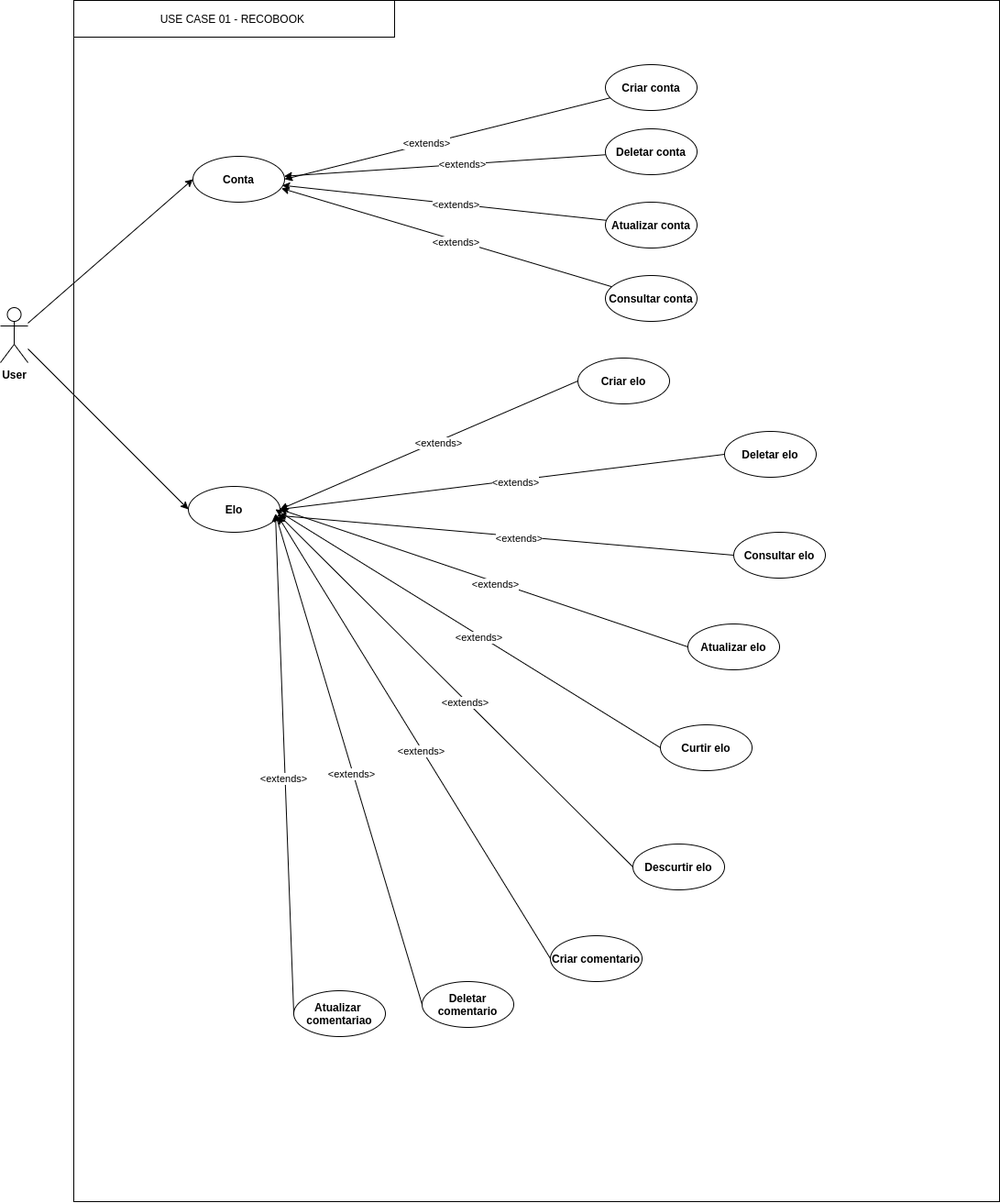
Above: images/usecases.png in jadson179/recobook (draw.io), before the change. Source tidied: cells renumbered, new cells last; positions are measured from the earlier drawing's top-left corner, leaving out a move shared by most shapes.
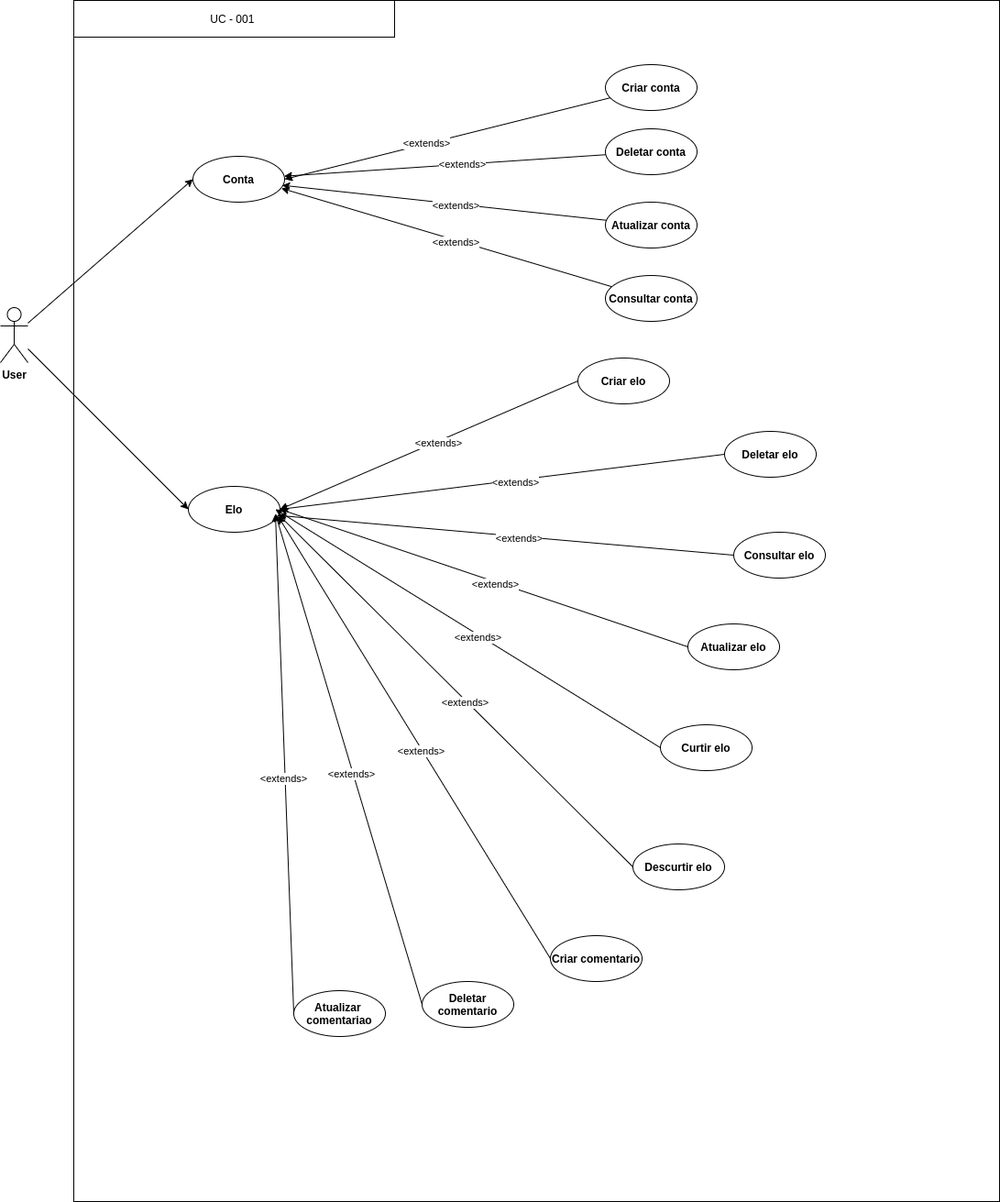
The same file after the commit.

Commit message:
docs: Atualizado diagrama de caso de uso

What changed in the source:
```diff
@@ -77,7 +77,7 @@
     <mxCell id="26" value="&lt;b&gt;Atualizar&amp;nbsp; comentariao&lt;/b&gt;" style="ellipse;whiteSpace=wrap;html=1;" parent="1" vertex="1">
       <mxGeometry x="320" y="1080" width="100" height="50" as="geometry" />
     </mxCell>
-    <mxCell id="27" value="USE CASE 01 - RECOBOOK&amp;nbsp;" style="rounded=0;whiteSpace=wrap;html=1;" parent="1" vertex="1">
+    <mxCell id="27" value="UC - 001&amp;nbsp;" style="rounded=0;whiteSpace=wrap;html=1;" parent="1" vertex="1">
       <mxGeometry x="80" width="350" height="40" as="geometry" />
     </mxCell>
     <mxCell id="28" value="&lt;b&gt;Conta&lt;/b&gt;" style="ellipse;whiteSpace=wrap;html=1;" parent="1" vertex="1">
```
